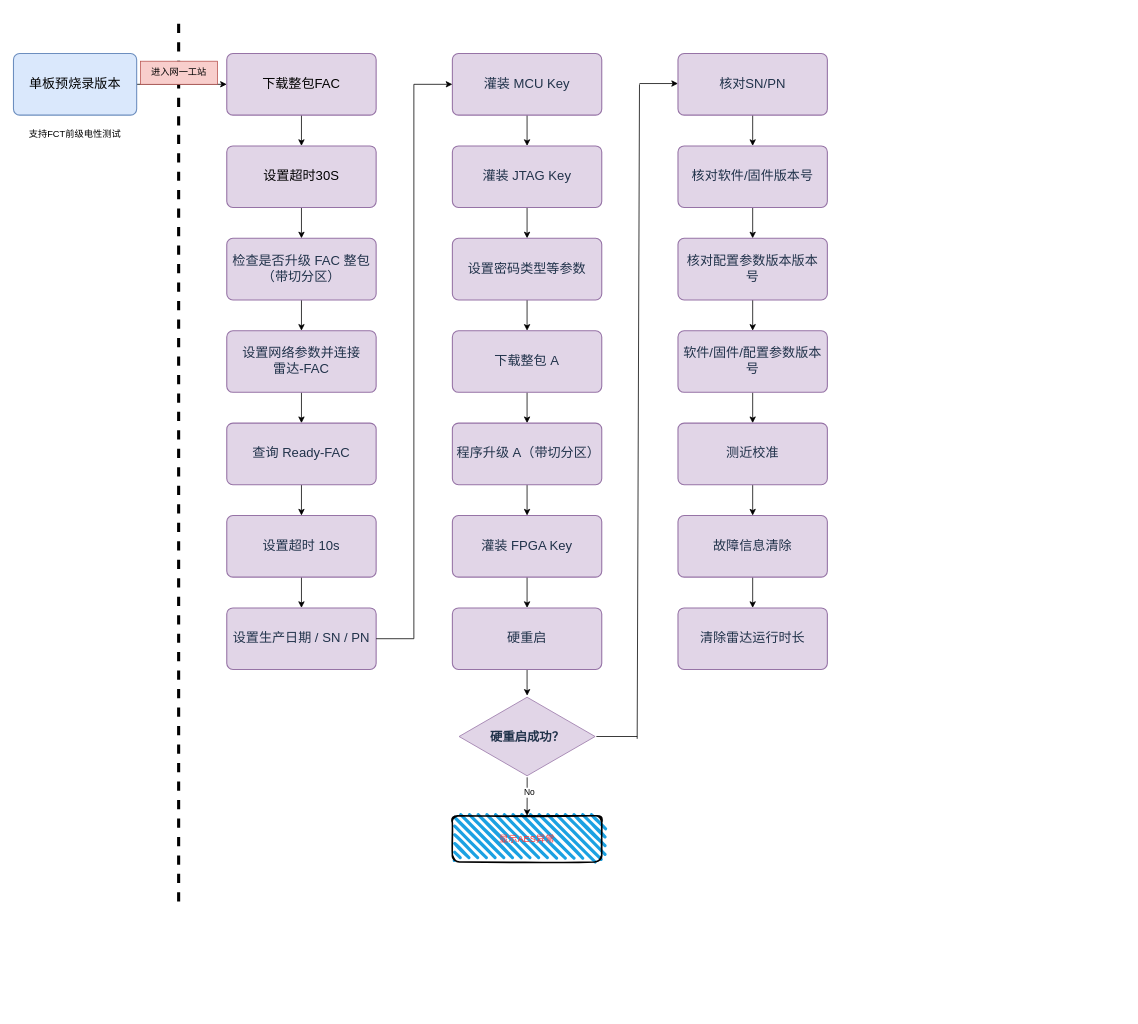
The draw.io diagram A11-变砖流程.drawio in shenwangchong/learngit, before the edit. Source tidied: cells renumbered, new cells numbered last; positions are measured from the earlier drawing's top-left corner, leaving out a move shared by most shapes. Both pictures are drawn from the tidied source at 77%, with x=0, y=0 at pixel (13, 22).
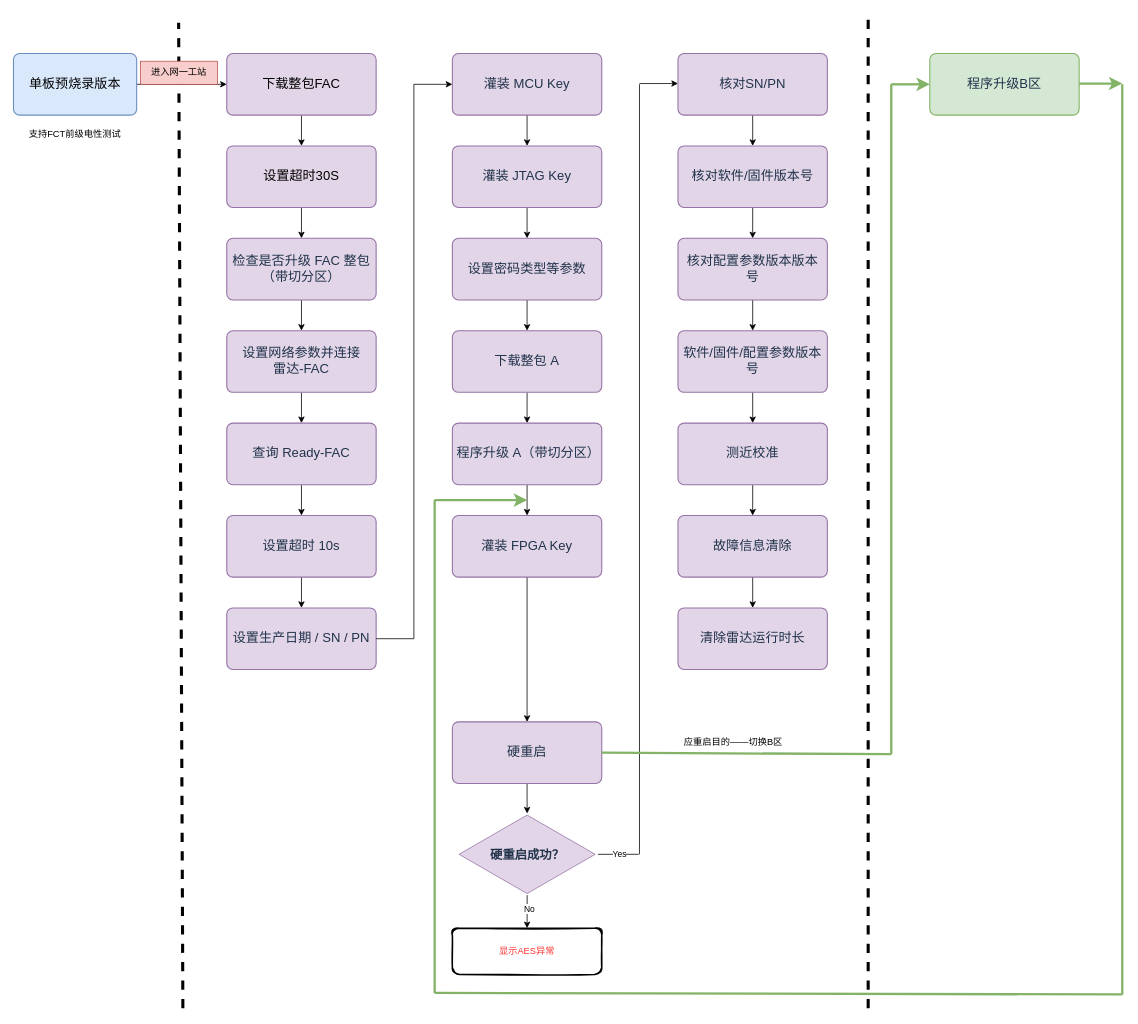
The same diagram, later.

Commit message (it also covers changes not shown here):
更新A11-变砖流程.drawio

The edit, as a diff of the source:
```diff
@@
     <mxCell id="4" style="endArrow=none;dashed=1;html=1;rounded=0;defaultLabelBackgroundColor=page;strokeWidth=4;" parent="1" edge="1">
       <mxGeometry relative="1" as="geometry">
-        <mxPoint x="214.5" y="1141.4" as="sourcePoint" />
+        <mxPoint x="220" y="1280" as="sourcePoint" />
         <mxPoint x="214.5" as="targetPoint" />
       </mxGeometry>
     </mxCell>
@@
     <mxCell id="37" value="&lt;span style=&quot;color: rgb(32, 50, 74); font-family: &amp;quot;Microsoft YaHei&amp;quot;; font-size: 16px; font-weight: 700;&quot;&gt;硬重启成功？&lt;/span&gt;" style="html=1;whiteSpace=wrap;shape=isoRectangle;fillColor=#e1d5e7;strokeColor=#9673a6;" parent="1" vertex="1">
-      <mxGeometry x="578.7" y="874" width="176.7" height="106" as="geometry" />
+      <mxGeometry x="578.7" y="1027" width="176.7" height="106" as="geometry" />
     </mxCell>
@@
     <mxCell id="39" value="&lt;span style=&quot;color: rgb(32, 50, 74);&quot;&gt;硬重启&lt;/span&gt;" style="rounded=1;whiteSpace=wrap;html=1;arcSize=10;fillColor=#e1d5e7;strokeColor=#9673a6;strokeWidth=1.4;fontFamily=Microsoft YaHei;fontSize=17;align=center;verticalAlign=middle;spacing=7;" parent="1" vertex="1">
-      <mxGeometry x="570" y="760" width="194" height="80" as="geometry" />
+      <mxGeometry x="570" y="908" width="194" height="80" as="geometry" />
     </mxCell>
-    <mxCell id="40" value="显示AES异常" style="rounded=1;whiteSpace=wrap;html=1;strokeWidth=2;fillWeight=4;hachureGap=8;hachureAngle=45;fillColor=#1ba1e2;sketch=1;fontColor=#FF3333;" parent="1" vertex="1">
-      <mxGeometry x="570" y="1030" width="194" height="60" as="geometry" />
+    <mxCell id="40" value="显示AES异常" style="rounded=1;whiteSpace=wrap;html=1;strokeWidth=2;fillWeight=4;hachureGap=8;hachureAngle=45;fillColor=#FFFFFF;sketch=1;fontColor=#FF3333;" parent="1" vertex="1">
+      <mxGeometry x="570" y="1176" width="194" height="60" as="geometry" />
     </mxCell>
@@
     <mxCell id="43" style="endArrow=none;html=1;rounded=0;defaultLabelBackgroundColor=page;" parent="1" edge="1">
       <mxGeometry relative="1" as="geometry">
-        <mxPoint x="810" y="930" as="sourcePoint" />
+        <mxPoint x="813" y="1080" as="sourcePoint" />
         <mxPoint x="813" y="80" as="targetPoint" />
       </mxGeometry>
     </mxCell>
@@
     <mxCell id="45" style="endArrow=none;html=1;rounded=0;defaultLabelBackgroundColor=page;" parent="1" edge="1">
       <mxGeometry relative="1" as="geometry">
-        <mxPoint x="757" y="927" as="sourcePoint" />
-        <mxPoint x="810" y="927" as="targetPoint" />
+        <mxPoint x="759" y="1080" as="sourcePoint" />
+        <mxPoint x="812" y="1080" as="targetPoint" />
       </mxGeometry>
     </mxCell>
+    <mxCell id="57" value="Yes" style="edgeLabel;html=1;align=center;verticalAlign=middle;inheritText=1;defaultLabelBackgroundColor=page;" parent="45" vertex="1">
+      <mxGeometry x="0.02" y="1" relative="1" as="geometry" />
+    </mxCell>
@@
+    <mxCell id="58" style="endArrow=none;dashed=1;html=1;rounded=0;defaultLabelBackgroundColor=page;strokeWidth=4;" parent="1" edge="1">
+      <mxGeometry relative="1" as="geometry">
+        <mxPoint x="1110" y="1280" as="sourcePoint" />
+        <mxPoint x="1110" y="-10.7" as="targetPoint" />
+      </mxGeometry>
+    </mxCell>
+    <mxCell id="59" value="&lt;font color=&quot;#20324a&quot;&gt;程序升级B区&lt;/font&gt;" style="rounded=1;whiteSpace=wrap;html=1;arcSize=10;fillColor=#d5e8d4;strokeColor=#82b366;strokeWidth=1.4;fontFamily=Microsoft YaHei;fontSize=17;align=center;verticalAlign=middle;spacing=7;" parent="1" vertex="1">
+      <mxGeometry x="1190" y="40" width="194" height="80" as="geometry" />
+    </mxCell>
+    <mxCell id="60" style="endArrow=none;html=1;rounded=0;fontSize=12;defaultLabelBackgroundColor=page;startSize=8;endSize=8;curved=1;exitX=1;exitY=0.5;exitDx=0;exitDy=0;fillColor=#d5e8d4;strokeColor=#82b366;strokeWidth=3;" parent="1" edge="1" source="39">
+      <mxGeometry relative="1" as="geometry">
+        <mxPoint x="1140" y="950" as="targetPoint" />
+      </mxGeometry>
+    </mxCell>
+    <mxCell id="61" style="endArrow=none;html=1;rounded=0;fontSize=12;defaultLabelBackgroundColor=page;startSize=8;endSize=8;curved=1;fillColor=#d5e8d4;strokeColor=#82b366;strokeWidth=3;" parent="1" edge="1">
+      <mxGeometry relative="1" as="geometry">
+        <mxPoint x="1140" y="950" as="sourcePoint" />
+        <mxPoint x="1140" y="80" as="targetPoint" />
+      </mxGeometry>
+    </mxCell>
+    <mxCell id="62" style="endArrow=classic;html=1;rounded=0;fontSize=12;defaultLabelBackgroundColor=page;startSize=8;endSize=8;curved=1;fillColor=#d5e8d4;strokeColor=#82b366;strokeWidth=3;" parent="1" edge="1" target="59">
+      <mxGeometry relative="1" as="geometry">
+        <mxPoint x="1140" y="80" as="sourcePoint" />
+      </mxGeometry>
+    </mxCell>
+    <mxCell id="63" value="应重启目的——切换B区" style="text;html=1;whiteSpace=wrap;strokeColor=none;fillColor=none;align=center;verticalAlign=middle;rounded=0;" parent="1" vertex="1">
+      <mxGeometry x="860" y="920" width="150" height="30" as="geometry" />
+    </mxCell>
+    <mxCell id="64" style="endArrow=classic;html=1;rounded=0;fontSize=12;defaultLabelBackgroundColor=page;startSize=8;endSize=8;curved=1;strokeWidth=3;fillColor=#d5e8d4;strokeColor=#82b366;" parent="1" edge="1">
+      <mxGeometry relative="1" as="geometry">
+        <mxPoint x="547" y="620" as="sourcePoint" />
+        <mxPoint x="667" y="620" as="targetPoint" />
+      </mxGeometry>
+    </mxCell>
+    <mxCell id="65" style="endArrow=none;html=1;rounded=0;defaultLabelBackgroundColor=page;fillColor=#d5e8d4;strokeColor=#82b366;strokeWidth=3;" parent="1" edge="1">
+      <mxGeometry relative="1" as="geometry">
+        <mxPoint x="547" y="620" as="sourcePoint" />
+        <mxPoint x="547" y="1260" as="targetPoint" />
+      </mxGeometry>
+    </mxCell>
+    <mxCell id="66" style="endArrow=none;html=1;rounded=0;fontSize=12;defaultLabelBackgroundColor=page;startSize=8;endSize=8;curved=1;exitX=1;exitY=0.5;exitDx=0;exitDy=0;fillColor=#d5e8d4;strokeColor=#82b366;strokeWidth=3;" parent="1" edge="1">
+      <mxGeometry relative="1" as="geometry">
+        <mxPoint x="547" y="1260" as="sourcePoint" />
+        <mxPoint x="1440" y="1262" as="targetPoint" />
+      </mxGeometry>
+    </mxCell>
+    <mxCell id="67" style="endArrow=classic;html=1;rounded=0;fontSize=12;defaultLabelBackgroundColor=page;startSize=8;endSize=8;curved=1;fillColor=#d5e8d4;strokeColor=#82b366;strokeWidth=3;" parent="1" edge="1">
+      <mxGeometry relative="1" as="geometry">
+        <mxPoint x="1384" y="79" as="sourcePoint" />
+        <mxPoint x="1440" y="79" as="targetPoint" />
+      </mxGeometry>
+    </mxCell>
+    <mxCell id="68" style="endArrow=none;html=1;rounded=0;fontSize=12;defaultLabelBackgroundColor=page;startSize=8;endSize=8;curved=1;fillColor=#d5e8d4;strokeColor=#82b366;strokeWidth=3;" parent="1" edge="1">
+      <mxGeometry relative="1" as="geometry">
+        <mxPoint x="1440" y="1262" as="sourcePoint" />
+        <mxPoint x="1440" y="80" as="targetPoint" />
+      </mxGeometry>
+    </mxCell>
```
